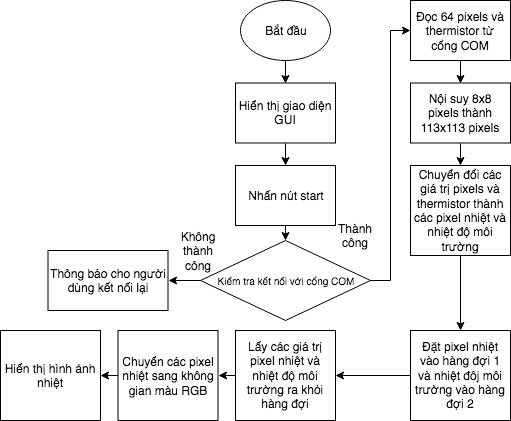
Earlier version of the draw.io export Untitled Diagram.png (NguyenHoaiNhi/poster). Source tidied: cells renumbered, new cells last; positions are measured from the earlier drawing's top-left corner, leaving out a move shared by most shapes.
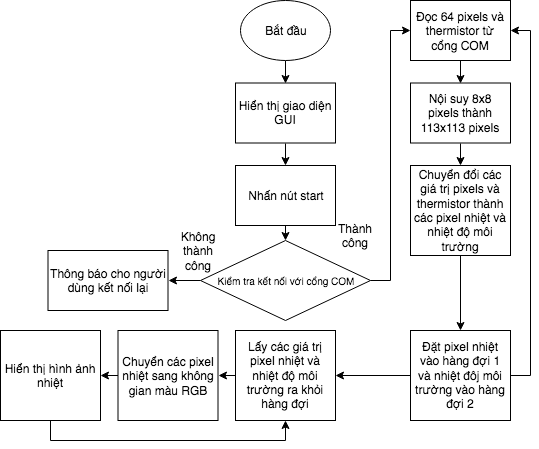
The same diagram one commit later.

What changed in the source:
```diff
@@ -50,6 +50,9 @@
     <mxCell id="17" style="edgeStyle=orthogonalEdgeStyle;rounded=0;jettySize=auto;html=1;" parent="1" edge="1" source="18" target="20">
       <mxGeometry relative="1" as="geometry" />
     </mxCell>
+    <mxCell id="27" style="edgeStyle=orthogonalEdgeStyle;rounded=0;jettySize=auto;html=1;exitX=1;exitY=0.5;exitDx=0;exitDy=0;entryX=1;entryY=0.5;entryDx=0;entryDy=0;" parent="1" edge="1" source="18" target="12">
+      <mxGeometry relative="1" as="geometry" />
+    </mxCell>
     <mxCell id="18" value="Đặt pixel nhiệt vào hàng đợi 1 và nhiệt đôj môi trường vào hàng đợi 2" style="rounded=0;whiteSpace=wrap;html=1;" parent="1" vertex="1">
       <mxGeometry x="410" y="330" width="100" height="90" as="geometry" />
     </mxCell>
@@ -65,6 +68,9 @@
     <mxCell id="22" value="Chuyển các pixel nhiệt sang không gian màu RGB" style="rounded=0;whiteSpace=wrap;html=1;" parent="1" vertex="1">
       <mxGeometry x="117.5" y="330" width="100" height="90" as="geometry" />
     </mxCell>
+    <mxCell id="28" style="edgeStyle=orthogonalEdgeStyle;rounded=0;jettySize=auto;html=1;exitX=0.5;exitY=1;exitDx=0;exitDy=0;entryX=0.5;entryY=1;entryDx=0;entryDy=0;" parent="1" edge="1" source="23" target="20">
+      <mxGeometry relative="1" as="geometry" />
+    </mxCell>
     <mxCell id="23" value="Hiển thị hình ảnh nhiệt" style="rounded=0;whiteSpace=wrap;html=1;" parent="1" vertex="1">
       <mxGeometry y="330" width="100" height="90" as="geometry" />
     </mxCell>
```
